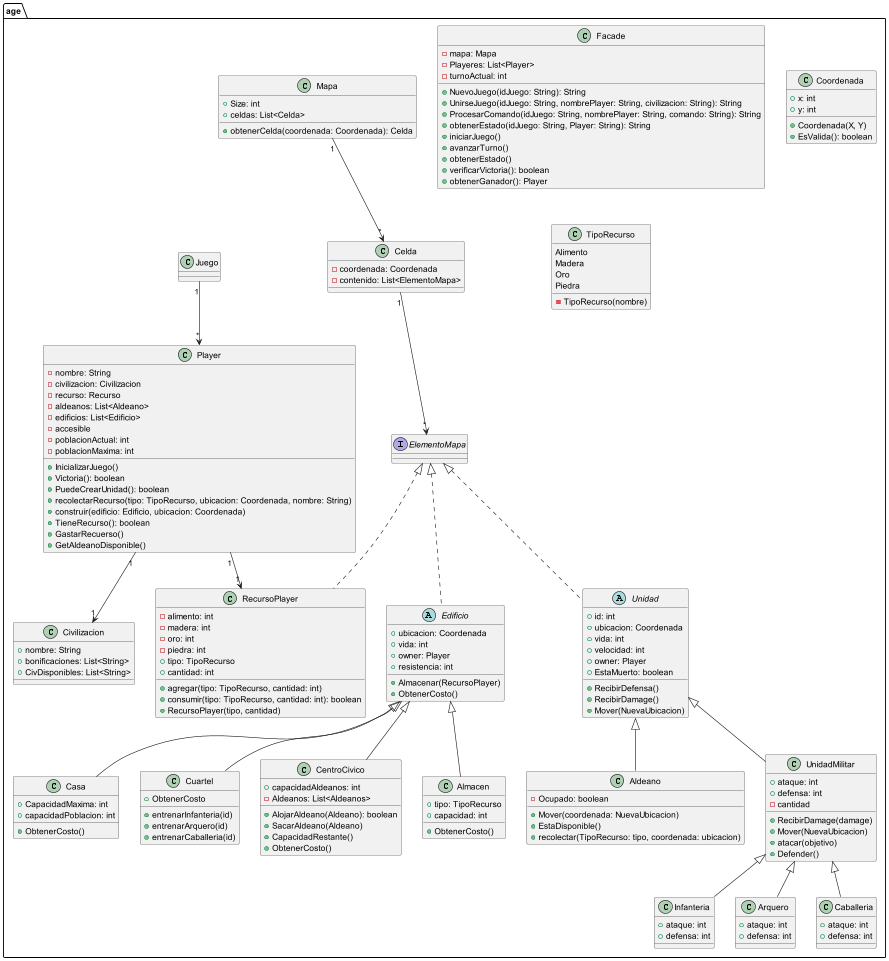
The PlantUML diagram DiagramaUMLP2.png in mcaetano7/proyectop22025, before a commit. The source it was exported from:
```plantuml
@startuml PIIProyecto2025


package "age" {

    class Facade {
    + NuevoJuego(idJuego: String): String
    + UnirseJuego(idJuego: String, nombrePlayer: String, civilizacion: String): String
    + ProcesarComando(idJuego: String, nombrePlayer: String, comando: String): String
    + obtenerEstado(idJuego: String, Player: String): String
    - mapa: Mapa
    - Playeres: List<Player>
    - turnoActual: int
    + iniciarJuego()
    + avanzarTurno()
    + obtenerEstado()
    + verificarVictoria(): boolean
    + obtenerGanador(): Player
    }

    class Player {
        - nombre: String
        - civilizacion: Civilizacion
        - recurso: Recurso
        - aldeanos: List<Aldeano>
        - edificios: List<Edificio>
        - accesible
        - poblacionActual: int
        - poblacionMaxima: int
        + InicializarJuego()
        + Victoria(): boolean
        + PuedeCrearUnidad(): boolean
        + recolectarRecurso(tipo: TipoRecurso, ubicacion: Coordenada, nombre: String)
        + construir(edificio: Edificio, ubicacion: Coordenada)
        + TieneRecurso(): boolean
        + GastarRecuerso()
        + GetAldeanoDisponible()
    }

    class Mapa {
        + Size: int
        + celdas: List<Celda>
        + obtenerCelda(coordenada: Coordenada): Celda
    }

    class Celda {
        - coordenada: Coordenada
        - contenido: List<ElementoMapa>
    }

    class Coordenada {
        + x: int
        + y: int
        + Coordenada(X, Y)
        + EsValida(): boolean
    }

    interface ElementoMapa {
    }

    class TipoRecurso {
        Alimento
        Madera
        Oro
        Piedra
        - TipoRecurso(nombre)
    }

    class RecursoPlayer implements ElementoMapa {
        - alimento: int
        - madera: int
        - oro: int
        - piedra: int
        + tipo: TipoRecurso
        + cantidad: int
        + agregar(tipo: TipoRecurso, cantidad: int)
        + consumir(tipo: TipoRecurso, cantidad: int): boolean
        + RecursoPlayer(tipo, cantidad)
    }

    class Civilizacion {
        + nombre: String
        + bonificaciones: List<String>
        + CivDisponibles: List<String>
    }

    abstract class Edificio implements ElementoMapa {
        + ubicacion: Coordenada
        + vida: int
        + owner: Player
        + resistencia: int
        + Almacenar(RecursoPlayer)
        + ObtenerCosto()
    }

    class CentroCivico extends Edificio {
        + capacidadAldeanos: int
        - Aldeanos: List<Aldeanos>
        + AlojarAldeano(Aldeano): boolean
        + SacarAldeano(Aldeano)
        + CapacidadRestante()
        + ObtenerCosto()
    }

    class Almacen extends Edificio {
        + tipo: TipoRecurso
        + capacidad: int
        + ObtenerCosto()
    }

    class Casa extends Edificio {
        + CapacidadMaxima: int
        + capacidadPoblacion: int
        + ObtenerCosto()
    }

    class Cuartel extends Edificio {
        + entrenarInfanteria(id)
        + entrenarArquero(id)
        + entrenarCaballeria(id)
        + ObtenerCosto
    }

    abstract class Unidad implements ElementoMapa {
        + id: int
        + ubicacion: Coordenada
        + vida: int
        + velocidad: int
        + owner: Player
        + EstaMuerto: boolean
        + RecibirDefensa()
        + RecibirDamage()
        + Mover(NuevaUbicacion)
    }

    class Aldeano extends Unidad {
        - Ocupado: boolean
        + Mover(coordenada: NuevaUbicacion)
        + EstaDisponible()
        + recolectar(TipoRecurso: tipo, coordenada: ubicacion)
    }

    class UnidadMilitar extends Unidad {
        + ataque: int
        + defensa: int
        - cantidad
        + RecibirDamage(damage)
        + Mover(NuevaUbicacion)
        + atacar(objetivo)
        + Defender()

    }

    class Infanteria extends UnidadMilitar {
        + ataque: int
        + defensa: int

    }

    class Arquero extends UnidadMilitar {
        + ataque: int
        + defensa: int
    }

    class Caballeria extends UnidadMilitar {
        + ataque: int
        + defensa: int
    }

    Juego "1" --> "*" Player
    Player "1" --> "1" Civilizacion
    Player "1" --> "1" RecursoPlayer
    Mapa "1" --> "*" Celda
    Celda "1" --> "*" ElementoMapa

}

@enduml
```
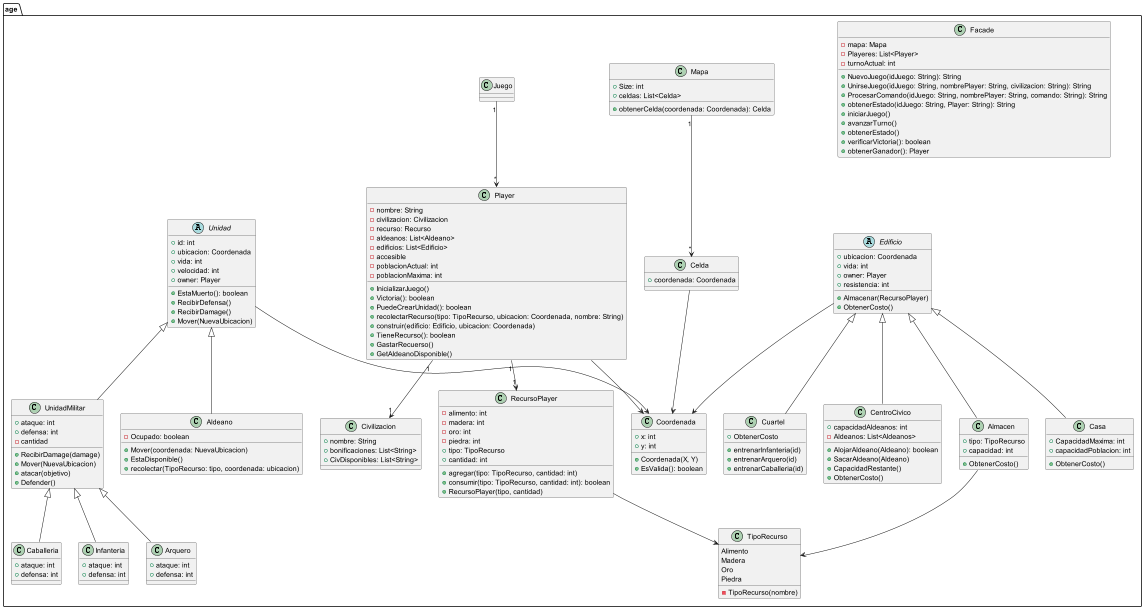
The same file after the commit.

What changed in the source:
```diff
@@ -44,8 +44,7 @@
     }
 
     class Celda {
-        - coordenada: Coordenada
-        - contenido: List<ElementoMapa>
+        + coordenada: Coordenada
     }
 
     class Coordenada {
@@ -53,9 +52,6 @@
         + y: int
         + Coordenada(X, Y)
         + EsValida(): boolean
-    }
-
-    interface ElementoMapa {
     }
 
     class TipoRecurso {
@@ -66,7 +62,7 @@
         - TipoRecurso(nombre)
     }
 
-    class RecursoPlayer implements ElementoMapa {
+    class RecursoPlayer {
         - alimento: int
         - madera: int
         - oro: int
@@ -84,7 +80,7 @@
         + CivDisponibles: List<String>
     }
 
-    abstract class Edificio implements ElementoMapa {
+    abstract class Edificio {
         + ubicacion: Coordenada
         + vida: int
         + owner: Player
@@ -121,13 +117,13 @@
         + ObtenerCosto
     }
 
-    abstract class Unidad implements ElementoMapa {
+    abstract class Unidad {
         + id: int
         + ubicacion: Coordenada
         + vida: int
         + velocidad: int
         + owner: Player
-        + EstaMuerto: boolean
+        + EstaMuerto(): boolean
         + RecibirDefensa()
         + RecibirDamage()
         + Mover(NuevaUbicacion)
@@ -167,11 +163,16 @@
         + defensa: int
     }
 
+    RecursoPlayer --> TipoRecurso
+    Almacen --> TipoRecurso
+    Player --> Coordenada
+    Celda --> Coordenada
+    Unidad --> Coordenada
+    Edificio --> Coordenada
     Juego "1" --> "*" Player
     Player "1" --> "1" Civilizacion
     Player "1" --> "1" RecursoPlayer
     Mapa "1" --> "*" Celda
-    Celda "1" --> "*" ElementoMapa
 
 }
 
```
